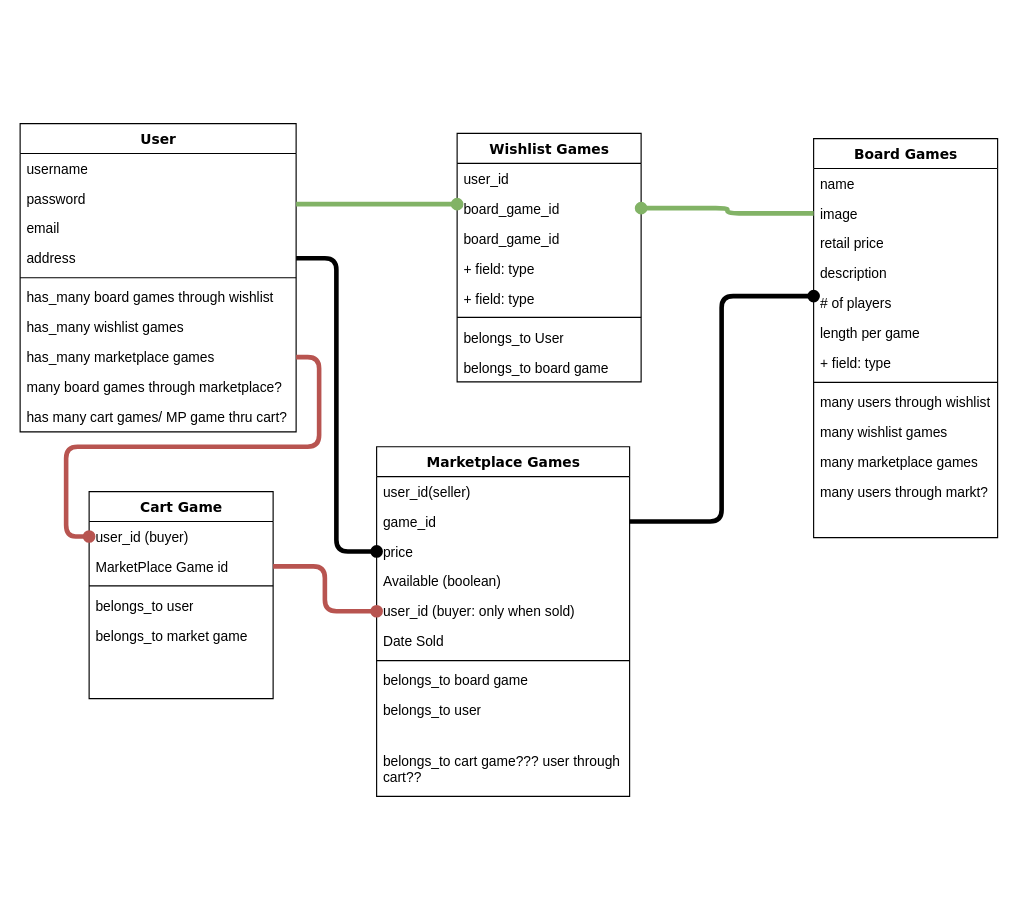
JoeSpizz/continue-the-fun-e-commerce keeps this draw.io diagram as Untitled Diagram.drawio. Above is the earlier version. Source tidied: cells renumbered, new cells numbered last; positions are measured from the earlier drawing's top-left corner, leaving out a move shared by most shapes. Both pictures are drawn from the tidied source at 115%, with x=0, y=0 at pixel (20, 123).
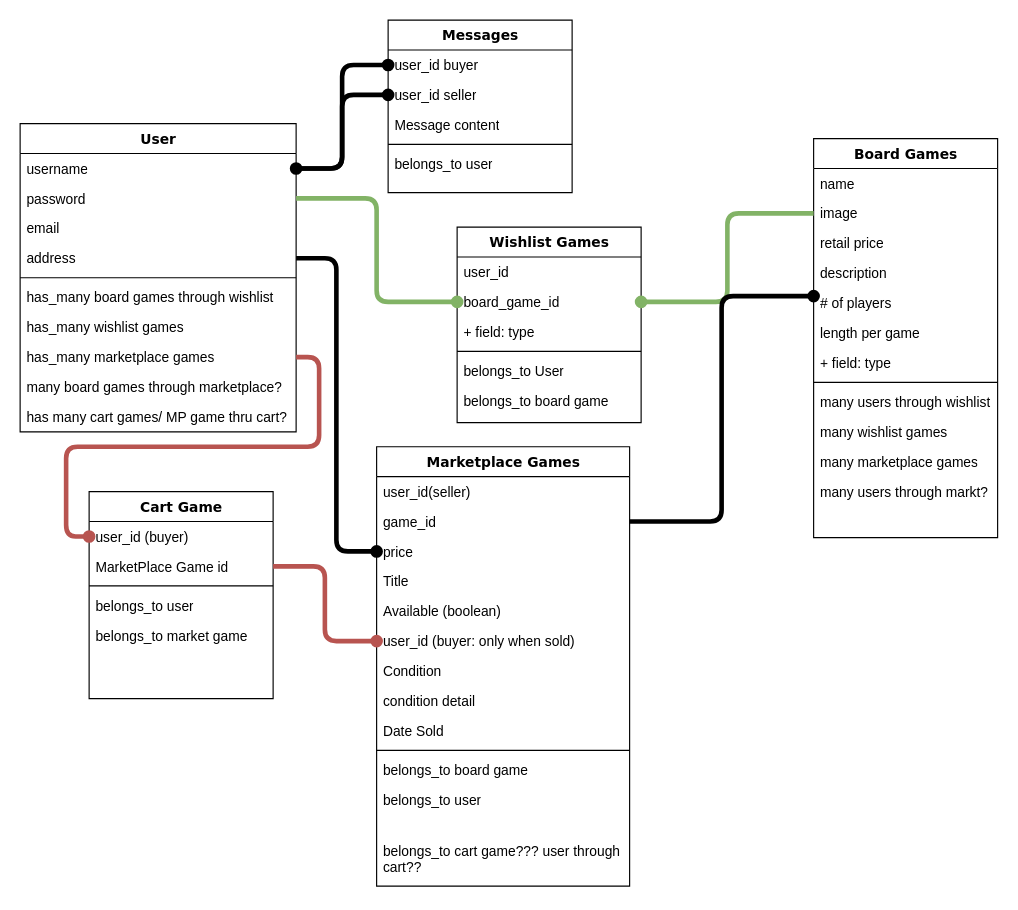
Above is the later version.

Unchanged cells that the change refers to:
```xml
<mxCell id="2" value="User" style="swimlane;html=1;fontStyle=1;align=center;verticalAlign=top;horizontal=1;startSize=26;swimlaneFillColor=#ffffff;rounded=0;shadow=0;comic=0;labelBackgroundColor=none;strokeWidth=1;fillColor=none;fontFamily=Verdana;fontSize=12;" parent="1" vertex="1">
  <mxGeometry width="240" height="268" as="geometry" />
</mxCell>
<mxCell id="3" value="username" style="text;html=1;strokeColor=none;fillColor=none;align=left;verticalAlign=top;spacingLeft=4;spacingRight=4;whiteSpace=wrap;overflow=hidden;points=[[0,0.5],[1,0.5]];portConstraint=eastwest;" parent="2" vertex="1">
  <mxGeometry y="26" width="240" height="26" as="geometry" />
</mxCell>
<mxCell id="4" value="password" style="text;html=1;strokeColor=none;fillColor=none;align=left;verticalAlign=top;spacingLeft=4;spacingRight=4;whiteSpace=wrap;overflow=hidden;points=[[0,0.5],[1,0.5]];portConstraint=eastwest;" parent="2" vertex="1">
  <mxGeometry y="52" width="240" height="26" as="geometry" />
</mxCell>
<mxCell id="15" value="board_game_id" style="text;html=1;strokeColor=none;fillColor=none;align=left;verticalAlign=top;spacingLeft=4;spacingRight=4;whiteSpace=wrap;overflow=hidden;points=[[0,0.5],[1,0.5]];portConstraint=eastwest;" parent="13" vertex="1">
  <mxGeometry y="52" width="160" height="26" as="geometry" />
</mxCell>
```

Diff of the diagram source:
```diff
@@
     <mxCell id="13" value="Wishlist Games" style="swimlane;html=1;fontStyle=1;align=center;verticalAlign=top;horizontal=1;startSize=26;swimlaneFillColor=#ffffff;rounded=0;shadow=0;comic=0;labelBackgroundColor=none;strokeWidth=1;fillColor=none;fontFamily=Verdana;fontSize=12;" parent="1" vertex="1">
-      <mxGeometry x="380" y="8.5" width="160" height="216" as="geometry" />
+      <mxGeometry x="380" y="90" width="160" height="170" as="geometry" />
     </mxCell>
@@
-    <mxCell id="16" value="board_game_id" style="text;html=1;strokeColor=none;fillColor=none;align=left;verticalAlign=top;spacingLeft=4;spacingRight=4;whiteSpace=wrap;overflow=hidden;" parent="13" vertex="1">
-      <mxGeometry y="78" width="160" height="26" as="geometry" />
-    </mxCell>
-    <mxCell id="17" value="+ field: type" style="text;html=1;strokeColor=none;fillColor=none;align=left;verticalAlign=top;spacingLeft=4;spacingRight=4;whiteSpace=wrap;overflow=hidden;" parent="13" vertex="1">
-      <mxGeometry y="104" width="160" height="26" as="geometry" />
-    </mxCell>
     <mxCell id="18" value="+ field: type" style="text;html=1;strokeColor=none;fillColor=none;align=left;verticalAlign=top;spacingLeft=4;spacingRight=4;whiteSpace=wrap;overflow=hidden;" parent="13" vertex="1">
-      <mxGeometry y="130" width="160" height="26" as="geometry" />
+      <mxGeometry y="78" width="160" height="26" as="geometry" />
     </mxCell>
     <mxCell id="19" style="line;html=1;strokeWidth=1;fillColor=none;align=left;verticalAlign=middle;spacingTop=-1;spacingLeft=3;spacingRight=3;labelPosition=right;" parent="13" vertex="1">
-      <mxGeometry y="156" width="160" height="8" as="geometry" />
+      <mxGeometry y="104" width="160" height="8" as="geometry" />
     </mxCell>
     <mxCell id="20" value="&lt;div&gt;belongs_to User&lt;/div&gt;" style="text;html=1;strokeColor=none;fillColor=none;align=left;verticalAlign=top;spacingLeft=4;spacingRight=4;whiteSpace=wrap;overflow=hidden;" parent="13" vertex="1">
-      <mxGeometry y="164" width="160" height="26" as="geometry" />
+      <mxGeometry y="112" width="160" height="26" as="geometry" />
     </mxCell>
     <mxCell id="21" value="&lt;div&gt;belongs_to board game&lt;br&gt;&lt;/div&gt;" style="text;html=1;strokeColor=none;fillColor=none;align=left;verticalAlign=top;spacingLeft=4;spacingRight=4;whiteSpace=wrap;overflow=hidden;" parent="13" vertex="1">
-      <mxGeometry y="190" width="160" height="26" as="geometry" />
+      <mxGeometry y="138" width="160" height="26" as="geometry" />
     </mxCell>
@@
     <mxCell id="35" value="Marketplace Games" style="swimlane;html=1;fontStyle=1;align=center;verticalAlign=top;horizontal=1;startSize=26;swimlaneFillColor=#ffffff;rounded=0;shadow=0;comic=0;labelBackgroundColor=none;strokeWidth=1;fillColor=none;fontFamily=Verdana;fontSize=12;" parent="1" vertex="1">
-      <mxGeometry x="310" y="281" width="220" height="304" as="geometry" />
+      <mxGeometry x="310" y="281" width="220" height="382" as="geometry" />
     </mxCell>
@@
+    <mxCell id="58" value="Title" style="text;html=1;strokeColor=none;fillColor=none;align=left;verticalAlign=top;spacingLeft=4;spacingRight=4;whiteSpace=wrap;overflow=hidden;" parent="35" vertex="1">
+      <mxGeometry y="104" width="220" height="26" as="geometry" />
+    </mxCell>
     <mxCell id="39" value="Available (boolean)" style="text;html=1;strokeColor=none;fillColor=none;align=left;verticalAlign=top;spacingLeft=4;spacingRight=4;whiteSpace=wrap;overflow=hidden;" parent="35" vertex="1">
-      <mxGeometry y="104" width="220" height="26" as="geometry" />
+      <mxGeometry y="130" width="220" height="26" as="geometry" />
     </mxCell>
     <mxCell id="40" value="user_id (buyer: only when sold)" style="text;html=1;strokeColor=none;fillColor=none;align=left;verticalAlign=top;spacingLeft=4;spacingRight=4;whiteSpace=wrap;overflow=hidden;points=[[0,0.5],[1,0.5]];portConstraint=eastwest;" parent="35" vertex="1">
-      <mxGeometry y="130" width="220" height="26" as="geometry" />
+      <mxGeometry y="156" width="220" height="26" as="geometry" />
     </mxCell>
-    <mxCell id="41" value="Date Sold" style="text;html=1;strokeColor=none;fillColor=none;align=left;verticalAlign=top;spacingLeft=4;spacingRight=4;whiteSpace=wrap;overflow=hidden;" parent="35" vertex="1">
-      <mxGeometry y="156" width="220" height="26" as="geometry" />
+    <mxCell id="41" value="Condition" style="text;html=1;strokeColor=none;fillColor=none;align=left;verticalAlign=top;spacingLeft=4;spacingRight=4;whiteSpace=wrap;overflow=hidden;" parent="35" vertex="1">
+      <mxGeometry y="182" width="220" height="26" as="geometry" />
     </mxCell>
+    <mxCell id="59" value="&lt;div&gt;condition detail&lt;/div&gt;" style="text;html=1;strokeColor=none;fillColor=none;align=left;verticalAlign=top;spacingLeft=4;spacingRight=4;whiteSpace=wrap;overflow=hidden;" parent="35" vertex="1">
+      <mxGeometry y="208" width="220" height="26" as="geometry" />
+    </mxCell>
+    <mxCell id="60" value="Date Sold" style="text;html=1;strokeColor=none;fillColor=none;align=left;verticalAlign=top;spacingLeft=4;spacingRight=4;whiteSpace=wrap;overflow=hidden;" parent="35" vertex="1">
+      <mxGeometry y="234" width="220" height="26" as="geometry" />
+    </mxCell>
     <mxCell id="42" style="line;html=1;strokeWidth=1;fillColor=none;align=left;verticalAlign=middle;spacingTop=-1;spacingLeft=3;spacingRight=3;labelPosition=right;" parent="35" vertex="1">
-      <mxGeometry y="182" width="220" height="8" as="geometry" />
+      <mxGeometry y="260" width="220" height="8" as="geometry" />
     </mxCell>
     <mxCell id="43" value="belongs_to board game" style="text;html=1;strokeColor=none;fillColor=none;align=left;verticalAlign=top;spacingLeft=4;spacingRight=4;whiteSpace=wrap;overflow=hidden;" parent="35" vertex="1">
-      <mxGeometry y="190" width="220" height="26" as="geometry" />
+      <mxGeometry y="268" width="220" height="26" as="geometry" />
     </mxCell>
     <mxCell id="44" value="belongs_to user" style="text;html=1;strokeColor=none;fillColor=none;align=left;verticalAlign=top;spacingLeft=4;spacingRight=4;whiteSpace=wrap;overflow=hidden;" parent="35" vertex="1">
-      <mxGeometry y="216" width="220" height="44" as="geometry" />
+      <mxGeometry y="294" width="220" height="44" as="geometry" />
     </mxCell>
     <mxCell id="45" value="&lt;div&gt;belongs_to cart game??? user through cart??&lt;/div&gt;" style="text;html=1;strokeColor=none;fillColor=none;align=left;verticalAlign=top;spacingLeft=4;spacingRight=4;whiteSpace=wrap;overflow=hidden;" parent="35" vertex="1">
-      <mxGeometry y="260" width="220" height="44" as="geometry" />
+      <mxGeometry y="338" width="220" height="44" as="geometry" />
     </mxCell>
@@
-    <mxCell id="52" style="edgeStyle=elbowEdgeStyle;html=1;labelBackgroundColor=none;startFill=0;startSize=7;endArrow=oval;endFill=1;endSize=7;fontFamily=Verdana;fontSize=12;elbow=vertical;rounded=0;fillColor=#d5e8d4;strokeColor=#82b366;strokeWidth=4;" parent="1" edge="1" source="2">
-      <mxGeometry relative="1" as="geometry">
-        <mxPoint x="380" y="70" as="targetPoint" />
-        <Array as="points">
-          <mxPoint x="360" y="70" />
-        </Array>
-      </mxGeometry>
-    </mxCell>
@@
+    <mxCell id="61" value="Messages" style="swimlane;html=1;fontStyle=1;align=center;verticalAlign=top;horizontal=1;startSize=26;swimlaneFillColor=#ffffff;rounded=0;shadow=0;comic=0;labelBackgroundColor=none;strokeWidth=1;fillColor=none;fontFamily=Verdana;fontSize=12;" parent="1" vertex="1">
+      <mxGeometry x="320" y="-90" width="160" height="150" as="geometry" />
+    </mxCell>
+    <mxCell id="62" value="user_id buyer" style="text;html=1;strokeColor=none;fillColor=none;align=left;verticalAlign=top;spacingLeft=4;spacingRight=4;whiteSpace=wrap;overflow=hidden;points=[[0,0.5],[1,0.5]];portConstraint=eastwest;" parent="61" vertex="1">
+      <mxGeometry y="26" width="160" height="26" as="geometry" />
+    </mxCell>
+    <mxCell id="63" value="user_id seller" style="text;html=1;strokeColor=none;fillColor=none;align=left;verticalAlign=top;spacingLeft=4;spacingRight=4;whiteSpace=wrap;overflow=hidden;points=[[0,0.5],[1,0.5]];portConstraint=eastwest;" parent="61" vertex="1">
+      <mxGeometry y="52" width="160" height="26" as="geometry" />
+    </mxCell>
+    <mxCell id="64" value="Message content" style="text;html=1;strokeColor=none;fillColor=none;align=left;verticalAlign=top;spacingLeft=4;spacingRight=4;whiteSpace=wrap;overflow=hidden;" parent="61" vertex="1">
+      <mxGeometry y="78" width="160" height="26" as="geometry" />
+    </mxCell>
+    <mxCell id="65" style="line;html=1;strokeWidth=1;fillColor=none;align=left;verticalAlign=middle;spacingTop=-1;spacingLeft=3;spacingRight=3;labelPosition=right;" parent="61" vertex="1">
+      <mxGeometry y="104" width="160" height="8" as="geometry" />
+    </mxCell>
+    <mxCell id="66" value="belongs_to user" style="text;html=1;strokeColor=none;fillColor=none;align=left;verticalAlign=top;spacingLeft=4;spacingRight=4;whiteSpace=wrap;overflow=hidden;" parent="61" vertex="1">
+      <mxGeometry y="112" width="160" height="26" as="geometry" />
+    </mxCell>
+    <mxCell id="67" style="edgeStyle=orthogonalEdgeStyle;rounded=1;jettySize=auto;html=1;exitX=1;exitY=0.5;exitDx=0;exitDy=0;entryX=0;entryY=0.5;entryDx=0;entryDy=0;strokeWidth=4;endArrow=oval;endFill=1;startSize=7;endSize=7;fillColor=#d5e8d4;strokeColor=#82b366;" parent="1" edge="1" source="4" target="15">
+      <mxGeometry relative="1" as="geometry" />
+    </mxCell>
+    <mxCell id="68" style="edgeStyle=orthogonalEdgeStyle;rounded=1;jettySize=auto;html=1;exitX=1;exitY=0.5;exitDx=0;exitDy=0;entryX=0;entryY=0.5;entryDx=0;entryDy=0;strokeWidth=4;endArrow=oval;endFill=1;startSize=7;endSize=7;" parent="1" edge="1" source="3" target="62">
+      <mxGeometry relative="1" as="geometry" />
+    </mxCell>
+    <mxCell id="69" style="edgeStyle=orthogonalEdgeStyle;rounded=1;jettySize=auto;html=1;exitX=0;exitY=0.5;exitDx=0;exitDy=0;entryX=1;entryY=0.5;entryDx=0;entryDy=0;strokeWidth=4;endArrow=oval;endFill=1;startSize=7;endSize=7;startArrow=oval;startFill=1;" parent="1" edge="1" source="63" target="3">
+      <mxGeometry relative="1" as="geometry" />
+    </mxCell>
```
